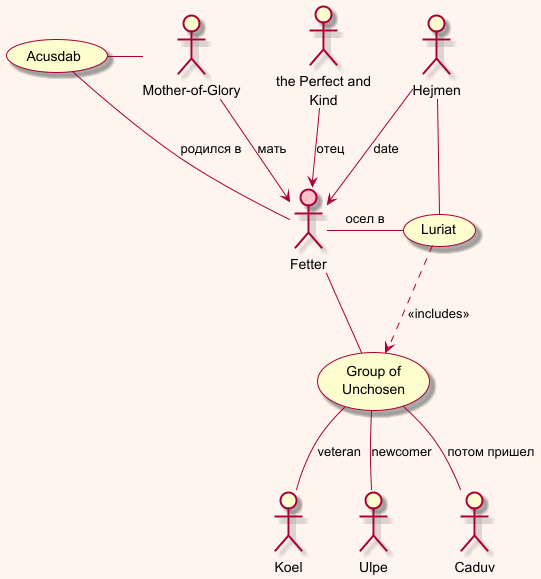
The PlantUML diagram The Saint of Bright Doors/The Saint of Bright Doors.png in olek3/reading, before a commit.
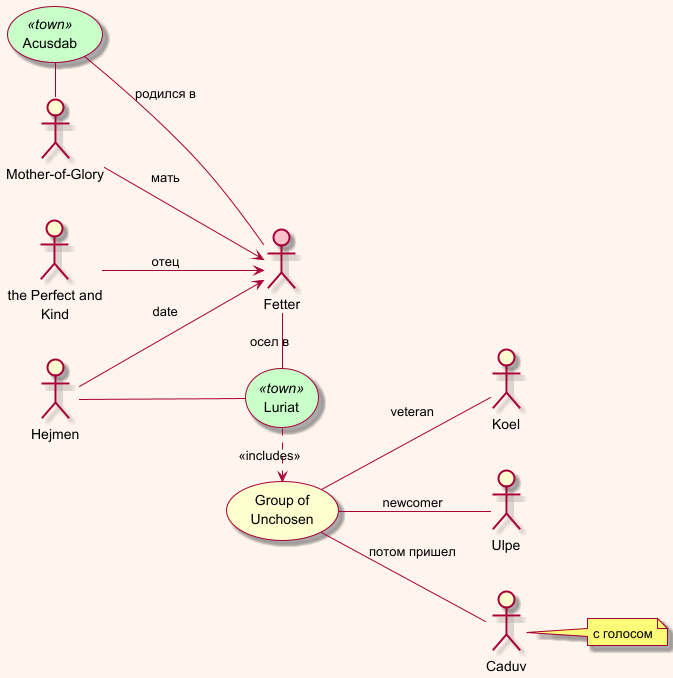
The same file after the commit.

The edit, as a diff of the source:
```diff
@@ -3,7 +3,8 @@
 skin rose
 skinparam backgroundcolor seashell
 skinparam wrapwidth 100
-
+left to right direction
+skinparam usecase<<town>>backgroundcolor technology
 
 
 :Fetter: as fetter #pink
@@ -16,6 +17,8 @@
 mother --> fetter : мать
 father --> fetter : отец
 
+(Acusdab) <<town>>
+
 (Acusdab) - mother
 (Acusdab) - fetter : родился в
 
@@ -23,7 +26,7 @@
 
 hejmen --> fetter : date
 
-(Luriat) as luriat
+(Luriat) as luriat <<town>>
 
 hejmen -- luriat
 fetter - luriat : осел в
@@ -35,12 +38,13 @@
 :Koel:
 :Ulpe:
 
-fetter -- group
-
 group -- :Koel: : veteran
 group -- :Ulpe: : newcomer
 
 
 group -- :Caduv: : потом пришел
 
+note "с голосом"  as caduvNote
+:Caduv: .. caduvNote
+
 @enduml
```
